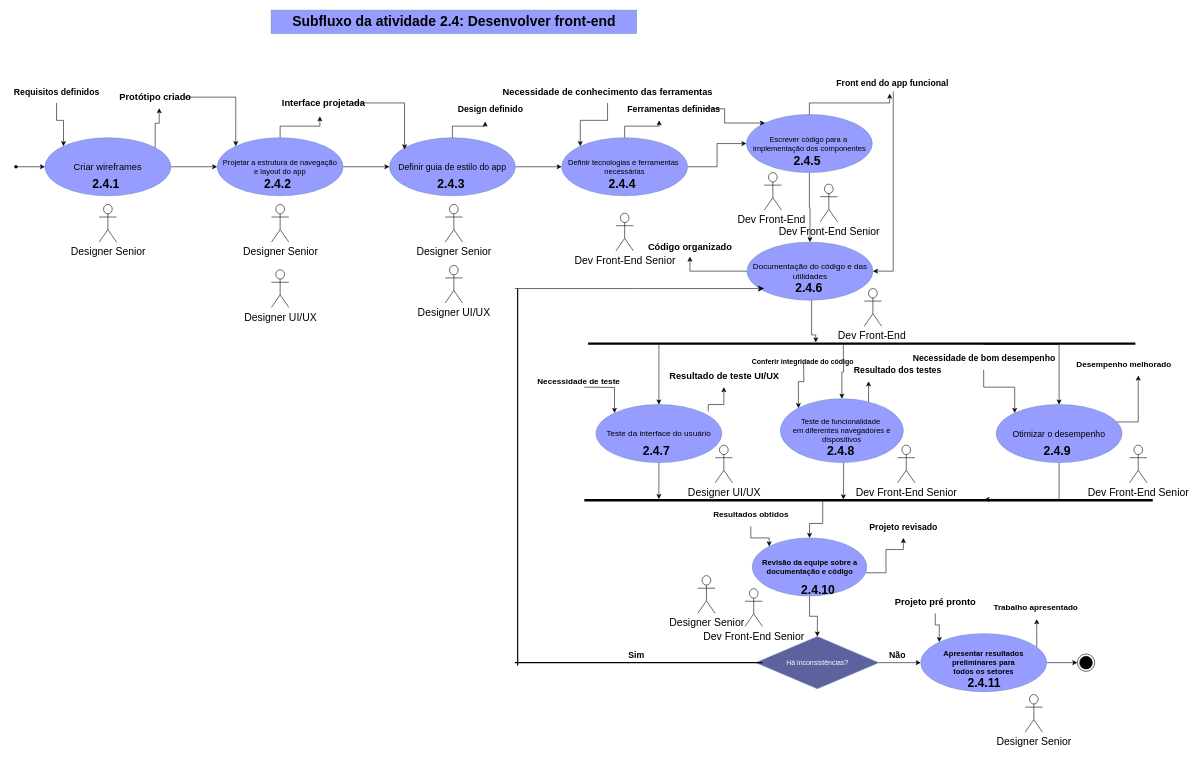
helloisasilva/Processo-de-engenharia-de-software-para-App-mobile keeps this draw.io diagram as page "Subfluxo das atv em desenvolvimento(3): Dsenvolver front-end" (7 of 8) of Diagrama sem nome.drawio. Above is the earlier version. Source tidied: cells renumbered, new cells numbered last; positions are measured from the earlier drawing's top-left corner, leaving out a move shared by most shapes. Both pictures are drawn from the tidied source at 58%, with x=0, y=0 at pixel (10, 10).
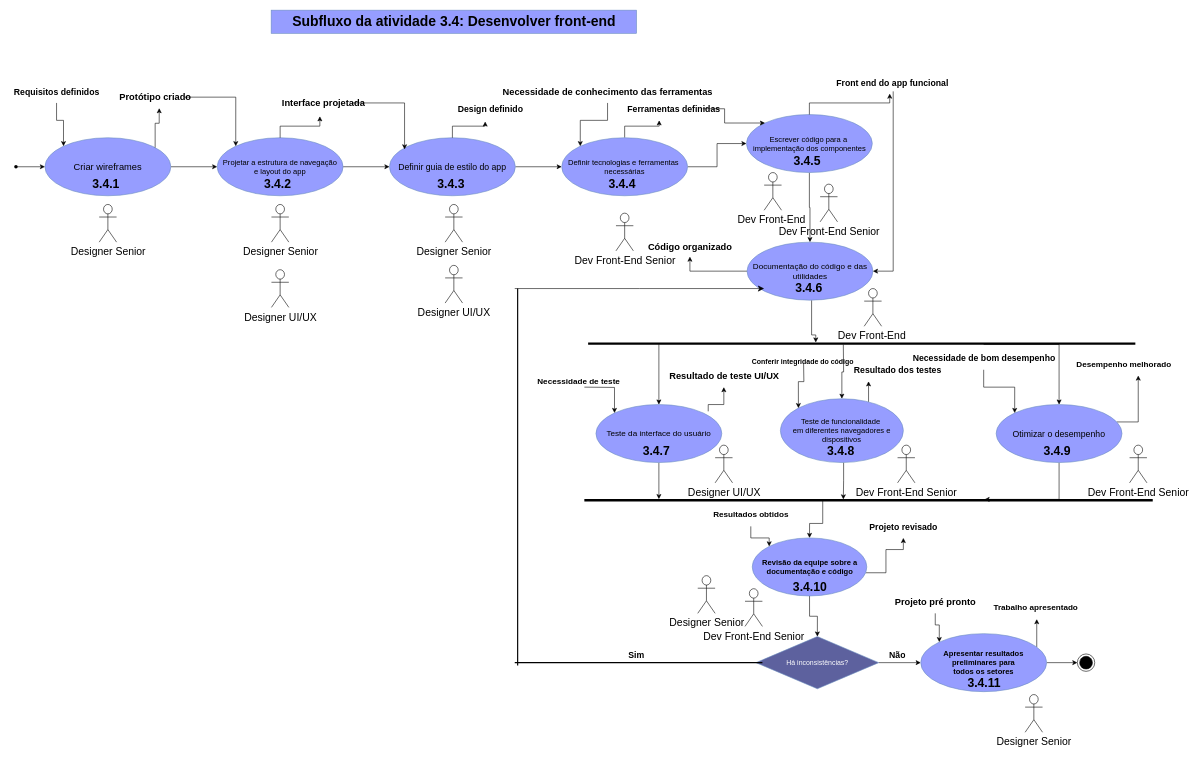
After the change.

Diff of the diagram source:
```diff
@@
-    <mxCell id="8" value="Subfluxo da atividade 2.4: Desenvolver front-end" style="text;strokeColor=#6c8ebf;fillColor=#969DFF;html=1;fontSize=24;fontStyle=1;verticalAlign=middle;align=center;" parent="1" vertex="1">
+    <mxCell id="8" value="Subfluxo da atividade 3.4: Desenvolver front-end" style="text;strokeColor=#6c8ebf;fillColor=#969DFF;html=1;fontSize=24;fontStyle=1;verticalAlign=middle;align=center;" parent="1" vertex="1">
       <mxGeometry x="450" width="630" height="40" as="geometry" />
     </mxCell>
@@
-    <mxCell id="81" value="&lt;span style=&quot;color: rgb(0, 0, 0); font-family: Helvetica; font-size: 21px; font-style: normal; font-variant-ligatures: normal; font-variant-caps: normal; font-weight: 700; letter-spacing: normal; orphans: 2; text-align: center; text-indent: 0px; text-transform: none; widows: 2; word-spacing: 0px; -webkit-text-stroke-width: 0px; white-space: nowrap; text-decoration-thickness: initial; text-decoration-style: initial; text-decoration-color: initial; float: none; display: inline !important;&quot;&gt;2.4.1&lt;/span&gt;&lt;div&gt;&lt;span style=&quot;color: rgb(0, 0, 0); font-family: Helvetica; font-size: 21px; font-style: normal; font-variant-ligatures: normal; font-variant-caps: normal; font-weight: 700; letter-spacing: normal; orphans: 2; text-align: center; text-indent: 0px; text-transform: none; widows: 2; word-spacing: 0px; -webkit-text-stroke-width: 0px; white-space: nowrap; text-decoration-thickness: initial; text-decoration-style: initial; text-decoration-color: initial; float: none; display: inline !important;&quot;&gt;&lt;br&gt;&lt;/span&gt;&lt;/div&gt;" style="text;whiteSpace=wrap;html=1;labelBackgroundColor=none;" parent="1" vertex="1">
+    <mxCell id="81" value="&lt;span style=&quot;color: rgb(0, 0, 0); font-family: Helvetica; font-size: 21px; font-style: normal; font-variant-ligatures: normal; font-variant-caps: normal; font-weight: 700; letter-spacing: normal; orphans: 2; text-align: center; text-indent: 0px; text-transform: none; widows: 2; word-spacing: 0px; -webkit-text-stroke-width: 0px; white-space: nowrap; text-decoration-thickness: initial; text-decoration-style: initial; text-decoration-color: initial; float: none; display: inline !important;&quot;&gt;3.4.1&lt;/span&gt;&lt;div&gt;&lt;span style=&quot;color: rgb(0, 0, 0); font-family: Helvetica; font-size: 21px; font-style: normal; font-variant-ligatures: normal; font-variant-caps: normal; font-weight: 700; letter-spacing: normal; orphans: 2; text-align: center; text-indent: 0px; text-transform: none; widows: 2; word-spacing: 0px; -webkit-text-stroke-width: 0px; white-space: nowrap; text-decoration-thickness: initial; text-decoration-style: initial; text-decoration-color: initial; float: none; display: inline !important;&quot;&gt;&lt;br&gt;&lt;/span&gt;&lt;/div&gt;" style="text;whiteSpace=wrap;html=1;labelBackgroundColor=none;" parent="1" vertex="1">
       <mxGeometry x="140" y="280" width="60" height="40" as="geometry" />
     </mxCell>
-    <mxCell id="82" value="&lt;span style=&quot;color: rgb(0, 0, 0); font-family: Helvetica; font-size: 21px; font-style: normal; font-variant-ligatures: normal; font-variant-caps: normal; font-weight: 700; letter-spacing: normal; orphans: 2; text-align: center; text-indent: 0px; text-transform: none; widows: 2; word-spacing: 0px; -webkit-text-stroke-width: 0px; white-space: nowrap; text-decoration-thickness: initial; text-decoration-style: initial; text-decoration-color: initial; float: none; display: inline !important;&quot;&gt;2.4.2&lt;/span&gt;&lt;div&gt;&lt;span style=&quot;color: rgb(0, 0, 0); font-family: Helvetica; font-size: 21px; font-style: normal; font-variant-ligatures: normal; font-variant-caps: normal; font-weight: 700; letter-spacing: normal; orphans: 2; text-align: center; text-indent: 0px; text-transform: none; widows: 2; word-spacing: 0px; -webkit-text-stroke-width: 0px; white-space: nowrap; text-decoration-thickness: initial; text-decoration-style: initial; text-decoration-color: initial; float: none; display: inline !important;&quot;&gt;&lt;br&gt;&lt;/span&gt;&lt;/div&gt;" style="text;whiteSpace=wrap;html=1;labelBackgroundColor=none;" parent="1" vertex="1">
+    <mxCell id="82" value="&lt;span style=&quot;color: rgb(0, 0, 0); font-family: Helvetica; font-size: 21px; font-style: normal; font-variant-ligatures: normal; font-variant-caps: normal; font-weight: 700; letter-spacing: normal; orphans: 2; text-align: center; text-indent: 0px; text-transform: none; widows: 2; word-spacing: 0px; -webkit-text-stroke-width: 0px; white-space: nowrap; text-decoration-thickness: initial; text-decoration-style: initial; text-decoration-color: initial; float: none; display: inline !important;&quot;&gt;3.4.2&lt;/span&gt;&lt;div&gt;&lt;span style=&quot;color: rgb(0, 0, 0); font-family: Helvetica; font-size: 21px; font-style: normal; font-variant-ligatures: normal; font-variant-caps: normal; font-weight: 700; letter-spacing: normal; orphans: 2; text-align: center; text-indent: 0px; text-transform: none; widows: 2; word-spacing: 0px; -webkit-text-stroke-width: 0px; white-space: nowrap; text-decoration-thickness: initial; text-decoration-style: initial; text-decoration-color: initial; float: none; display: inline !important;&quot;&gt;&lt;br&gt;&lt;/span&gt;&lt;/div&gt;" style="text;whiteSpace=wrap;html=1;labelBackgroundColor=none;" parent="1" vertex="1">
       <mxGeometry x="435.5" y="280" width="60" height="40" as="geometry" />
     </mxCell>
-    <mxCell id="83" value="&lt;span style=&quot;color: rgb(0, 0, 0); font-family: Helvetica; font-size: 21px; font-style: normal; font-variant-ligatures: normal; font-variant-caps: normal; font-weight: 700; letter-spacing: normal; orphans: 2; text-align: center; text-indent: 0px; text-transform: none; widows: 2; word-spacing: 0px; -webkit-text-stroke-width: 0px; white-space: nowrap; text-decoration-thickness: initial; text-decoration-style: initial; text-decoration-color: initial; float: none; display: inline !important;&quot;&gt;2.4.3&lt;/span&gt;&lt;div&gt;&lt;span style=&quot;color: rgb(0, 0, 0); font-family: Helvetica; font-size: 21px; font-style: normal; font-variant-ligatures: normal; font-variant-caps: normal; font-weight: 700; letter-spacing: normal; orphans: 2; text-align: center; text-indent: 0px; text-transform: none; widows: 2; word-spacing: 0px; -webkit-text-stroke-width: 0px; white-space: nowrap; text-decoration-thickness: initial; text-decoration-style: initial; text-decoration-color: initial; float: none; display: inline !important;&quot;&gt;&lt;br&gt;&lt;/span&gt;&lt;/div&gt;" style="text;whiteSpace=wrap;html=1;labelBackgroundColor=none;" parent="1" vertex="1">
+    <mxCell id="83" value="&lt;span style=&quot;color: rgb(0, 0, 0); font-family: Helvetica; font-size: 21px; font-style: normal; font-variant-ligatures: normal; font-variant-caps: normal; font-weight: 700; letter-spacing: normal; orphans: 2; text-align: center; text-indent: 0px; text-transform: none; widows: 2; word-spacing: 0px; -webkit-text-stroke-width: 0px; white-space: nowrap; text-decoration-thickness: initial; text-decoration-style: initial; text-decoration-color: initial; float: none; display: inline !important;&quot;&gt;3.4.3&lt;/span&gt;&lt;div&gt;&lt;span style=&quot;color: rgb(0, 0, 0); font-family: Helvetica; font-size: 21px; font-style: normal; font-variant-ligatures: normal; font-variant-caps: normal; font-weight: 700; letter-spacing: normal; orphans: 2; text-align: center; text-indent: 0px; text-transform: none; widows: 2; word-spacing: 0px; -webkit-text-stroke-width: 0px; white-space: nowrap; text-decoration-thickness: initial; text-decoration-style: initial; text-decoration-color: initial; float: none; display: inline !important;&quot;&gt;&lt;br&gt;&lt;/span&gt;&lt;/div&gt;" style="text;whiteSpace=wrap;html=1;labelBackgroundColor=none;" parent="1" vertex="1">
       <mxGeometry x="735" y="280" width="60" height="40" as="geometry" />
     </mxCell>
-    <mxCell id="84" value="&lt;span style=&quot;color: rgb(0, 0, 0); font-family: Helvetica; font-size: 21px; font-style: normal; font-variant-ligatures: normal; font-variant-caps: normal; font-weight: 700; letter-spacing: normal; orphans: 2; text-align: center; text-indent: 0px; text-transform: none; widows: 2; word-spacing: 0px; -webkit-text-stroke-width: 0px; white-space: nowrap; text-decoration-thickness: initial; text-decoration-style: initial; text-decoration-color: initial; float: none; display: inline !important;&quot;&gt;2.4.4&lt;/span&gt;&lt;div&gt;&lt;span style=&quot;color: rgb(0, 0, 0); font-family: Helvetica; font-size: 21px; font-style: normal; font-variant-ligatures: normal; font-variant-caps: normal; font-weight: 700; letter-spacing: normal; orphans: 2; text-align: center; text-indent: 0px; text-transform: none; widows: 2; word-spacing: 0px; -webkit-text-stroke-width: 0px; white-space: nowrap; text-decoration-thickness: initial; text-decoration-style: initial; text-decoration-color: initial; float: none; display: inline !important;&quot;&gt;&lt;br&gt;&lt;/span&gt;&lt;/div&gt;" style="text;whiteSpace=wrap;html=1;labelBackgroundColor=none;" parent="1" vertex="1">
+    <mxCell id="84" value="&lt;span style=&quot;color: rgb(0, 0, 0); font-family: Helvetica; font-size: 21px; font-style: normal; font-variant-ligatures: normal; font-variant-caps: normal; font-weight: 700; letter-spacing: normal; orphans: 2; text-align: center; text-indent: 0px; text-transform: none; widows: 2; word-spacing: 0px; -webkit-text-stroke-width: 0px; white-space: nowrap; text-decoration-thickness: initial; text-decoration-style: initial; text-decoration-color: initial; float: none; display: inline !important;&quot;&gt;3.4.4&lt;/span&gt;&lt;div&gt;&lt;span style=&quot;color: rgb(0, 0, 0); font-family: Helvetica; font-size: 21px; font-style: normal; font-variant-ligatures: normal; font-variant-caps: normal; font-weight: 700; letter-spacing: normal; orphans: 2; text-align: center; text-indent: 0px; text-transform: none; widows: 2; word-spacing: 0px; -webkit-text-stroke-width: 0px; white-space: nowrap; text-decoration-thickness: initial; text-decoration-style: initial; text-decoration-color: initial; float: none; display: inline !important;&quot;&gt;&lt;br&gt;&lt;/span&gt;&lt;/div&gt;" style="text;whiteSpace=wrap;html=1;labelBackgroundColor=none;" parent="1" vertex="1">
       <mxGeometry x="1029.5" y="280" width="60" height="40" as="geometry" />
     </mxCell>
-    <mxCell id="85" value="&lt;span style=&quot;color: rgb(0, 0, 0); font-family: Helvetica; font-size: 21px; font-style: normal; font-variant-ligatures: normal; font-variant-caps: normal; font-weight: 700; letter-spacing: normal; orphans: 2; text-align: center; text-indent: 0px; text-transform: none; widows: 2; word-spacing: 0px; -webkit-text-stroke-width: 0px; white-space: nowrap; text-decoration-thickness: initial; text-decoration-style: initial; text-decoration-color: initial; float: none; display: inline !important;&quot;&gt;2.4.5&lt;/span&gt;&lt;div&gt;&lt;span style=&quot;color: rgb(0, 0, 0); font-family: Helvetica; font-size: 21px; font-style: normal; font-variant-ligatures: normal; font-variant-caps: normal; font-weight: 700; letter-spacing: normal; orphans: 2; text-align: center; text-indent: 0px; text-transform: none; widows: 2; word-spacing: 0px; -webkit-text-stroke-width: 0px; white-space: nowrap; text-decoration-thickness: initial; text-decoration-style: initial; text-decoration-color: initial; float: none; display: inline !important;&quot;&gt;&lt;br&gt;&lt;/span&gt;&lt;/div&gt;" style="text;whiteSpace=wrap;html=1;labelBackgroundColor=none;" parent="1" vertex="1">
+    <mxCell id="85" value="&lt;span style=&quot;color: rgb(0, 0, 0); font-family: Helvetica; font-size: 21px; font-style: normal; font-variant-ligatures: normal; font-variant-caps: normal; font-weight: 700; letter-spacing: normal; orphans: 2; text-align: center; text-indent: 0px; text-transform: none; widows: 2; word-spacing: 0px; -webkit-text-stroke-width: 0px; white-space: nowrap; text-decoration-thickness: initial; text-decoration-style: initial; text-decoration-color: initial; float: none; display: inline !important;&quot;&gt;3.4.5&lt;/span&gt;&lt;div&gt;&lt;span style=&quot;color: rgb(0, 0, 0); font-family: Helvetica; font-size: 21px; font-style: normal; font-variant-ligatures: normal; font-variant-caps: normal; font-weight: 700; letter-spacing: normal; orphans: 2; text-align: center; text-indent: 0px; text-transform: none; widows: 2; word-spacing: 0px; -webkit-text-stroke-width: 0px; white-space: nowrap; text-decoration-thickness: initial; text-decoration-style: initial; text-decoration-color: initial; float: none; display: inline !important;&quot;&gt;&lt;br&gt;&lt;/span&gt;&lt;/div&gt;" style="text;whiteSpace=wrap;html=1;labelBackgroundColor=none;" parent="1" vertex="1">
       <mxGeometry x="1349" y="240" width="60" height="40" as="geometry" />
     </mxCell>
-    <mxCell id="86" value="&lt;span style=&quot;color: rgb(0, 0, 0); font-family: Helvetica; font-size: 21px; font-style: normal; font-variant-ligatures: normal; font-variant-caps: normal; font-weight: 700; letter-spacing: normal; orphans: 2; text-align: center; text-indent: 0px; text-transform: none; widows: 2; word-spacing: 0px; -webkit-text-stroke-width: 0px; white-space: nowrap; text-decoration-thickness: initial; text-decoration-style: initial; text-decoration-color: initial; float: none; display: inline !important;&quot;&gt;2.4.6&lt;/span&gt;" style="text;whiteSpace=wrap;html=1;labelBackgroundColor=none;" parent="1" vertex="1">
+    <mxCell id="86" value="&lt;span style=&quot;color: rgb(0, 0, 0); font-family: Helvetica; font-size: 21px; font-style: normal; font-variant-ligatures: normal; font-variant-caps: normal; font-weight: 700; letter-spacing: normal; orphans: 2; text-align: center; text-indent: 0px; text-transform: none; widows: 2; word-spacing: 0px; -webkit-text-stroke-width: 0px; white-space: nowrap; text-decoration-thickness: initial; text-decoration-style: initial; text-decoration-color: initial; float: none; display: inline !important;&quot;&gt;3.4.6&lt;/span&gt;" style="text;whiteSpace=wrap;html=1;labelBackgroundColor=none;" parent="1" vertex="1">
       <mxGeometry x="1351.8" y="460" width="60" height="40" as="geometry" />
     </mxCell>
-    <mxCell id="87" value="&lt;span style=&quot;color: rgb(0, 0, 0); font-family: Helvetica; font-size: 21px; font-style: normal; font-variant-ligatures: normal; font-variant-caps: normal; font-weight: 700; letter-spacing: normal; orphans: 2; text-align: center; text-indent: 0px; text-transform: none; widows: 2; word-spacing: 0px; -webkit-text-stroke-width: 0px; white-space: nowrap; text-decoration-thickness: initial; text-decoration-style: initial; text-decoration-color: initial; float: none; display: inline !important;&quot;&gt;2.4.7&lt;/span&gt;" style="text;whiteSpace=wrap;html=1;labelBackgroundColor=none;" parent="1" vertex="1">
+    <mxCell id="87" value="&lt;span style=&quot;color: rgb(0, 0, 0); font-family: Helvetica; font-size: 21px; font-style: normal; font-variant-ligatures: normal; font-variant-caps: normal; font-weight: 700; letter-spacing: normal; orphans: 2; text-align: center; text-indent: 0px; text-transform: none; widows: 2; word-spacing: 0px; -webkit-text-stroke-width: 0px; white-space: nowrap; text-decoration-thickness: initial; text-decoration-style: initial; text-decoration-color: initial; float: none; display: inline !important;&quot;&gt;3.4.7&lt;/span&gt;" style="text;whiteSpace=wrap;html=1;labelBackgroundColor=none;" parent="1" vertex="1">
       <mxGeometry x="1088.5" y="740" width="60" height="40" as="geometry" />
     </mxCell>
-    <mxCell id="88" value="&lt;span style=&quot;color: rgb(0, 0, 0); font-family: Helvetica; font-size: 21px; font-style: normal; font-variant-ligatures: normal; font-variant-caps: normal; font-weight: 700; letter-spacing: normal; orphans: 2; text-align: center; text-indent: 0px; text-transform: none; widows: 2; word-spacing: 0px; -webkit-text-stroke-width: 0px; white-space: nowrap; text-decoration-thickness: initial; text-decoration-style: initial; text-decoration-color: initial; float: none; display: inline !important;&quot;&gt;2.4.8&lt;/span&gt;" style="text;whiteSpace=wrap;html=1;labelBackgroundColor=none;" parent="1" vertex="1">
+    <mxCell id="88" value="&lt;span style=&quot;color: rgb(0, 0, 0); font-family: Helvetica; font-size: 21px; font-style: normal; font-variant-ligatures: normal; font-variant-caps: normal; font-weight: 700; letter-spacing: normal; orphans: 2; text-align: center; text-indent: 0px; text-transform: none; widows: 2; word-spacing: 0px; -webkit-text-stroke-width: 0px; white-space: nowrap; text-decoration-thickness: initial; text-decoration-style: initial; text-decoration-color: initial; float: none; display: inline !important;&quot;&gt;3.4.8&lt;/span&gt;" style="text;whiteSpace=wrap;html=1;labelBackgroundColor=none;" parent="1" vertex="1">
       <mxGeometry x="1406.5" y="740.5" width="60" height="40" as="geometry" />
     </mxCell>
-    <mxCell id="89" value="&lt;span style=&quot;color: rgb(0, 0, 0); font-family: Helvetica; font-size: 21px; font-style: normal; font-variant-ligatures: normal; font-variant-caps: normal; font-weight: 700; letter-spacing: normal; orphans: 2; text-align: center; text-indent: 0px; text-transform: none; widows: 2; word-spacing: 0px; -webkit-text-stroke-width: 0px; white-space: nowrap; text-decoration-thickness: initial; text-decoration-style: initial; text-decoration-color: initial; float: none; display: inline !important;&quot;&gt;2.4.9&lt;/span&gt;" style="text;whiteSpace=wrap;html=1;labelBackgroundColor=none;" parent="1" vertex="1">
+    <mxCell id="89" value="&lt;span style=&quot;color: rgb(0, 0, 0); font-family: Helvetica; font-size: 21px; font-style: normal; font-variant-ligatures: normal; font-variant-caps: normal; font-weight: 700; letter-spacing: normal; orphans: 2; text-align: center; text-indent: 0px; text-transform: none; widows: 2; word-spacing: 0px; -webkit-text-stroke-width: 0px; white-space: nowrap; text-decoration-thickness: initial; text-decoration-style: initial; text-decoration-color: initial; float: none; display: inline !important;&quot;&gt;3.4.9&lt;/span&gt;" style="text;whiteSpace=wrap;html=1;labelBackgroundColor=none;" parent="1" vertex="1">
       <mxGeometry x="1780" y="740" width="60" height="40" as="geometry" />
     </mxCell>
-    <mxCell id="90" value="&lt;span style=&quot;color: rgb(0, 0, 0); font-family: Helvetica; font-size: 21px; font-style: normal; font-variant-ligatures: normal; font-variant-caps: normal; font-weight: 700; letter-spacing: normal; orphans: 2; text-align: center; text-indent: 0px; text-transform: none; widows: 2; word-spacing: 0px; -webkit-text-stroke-width: 0px; white-space: nowrap; text-decoration-thickness: initial; text-decoration-style: initial; text-decoration-color: initial; float: none; display: inline !important;&quot;&gt;2.4.10&lt;/span&gt;" style="text;whiteSpace=wrap;html=1;labelBackgroundColor=none;" parent="1" vertex="1">
-      <mxGeometry x="1361.8" y="980" width="60" height="40" as="geometry" />
+    <mxCell id="90" value="&lt;span style=&quot;color: rgb(0, 0, 0); font-family: Helvetica; font-size: 21px; font-style: normal; font-variant-ligatures: normal; font-variant-caps: normal; font-weight: 700; letter-spacing: normal; orphans: 2; text-align: center; text-indent: 0px; text-transform: none; widows: 2; word-spacing: 0px; -webkit-text-stroke-width: 0px; white-space: nowrap; text-decoration-thickness: initial; text-decoration-style: initial; text-decoration-color: initial; float: none; display: inline !important;&quot;&gt;3.4.10&lt;/span&gt;" style="text;whiteSpace=wrap;html=1;labelBackgroundColor=none;" parent="1" vertex="1">
+      <mxGeometry x="1348" y="975" width="60" height="40" as="geometry" />
     </mxCell>
-    <mxCell id="91" value="&lt;span style=&quot;color: rgb(0, 0, 0); font-family: Helvetica; font-size: 21px; font-style: normal; font-variant-ligatures: normal; font-variant-caps: normal; font-weight: 700; letter-spacing: normal; orphans: 2; text-align: center; text-indent: 0px; text-transform: none; widows: 2; word-spacing: 0px; -webkit-text-stroke-width: 0px; white-space: nowrap; text-decoration-thickness: initial; text-decoration-style: initial; text-decoration-color: initial; float: none; display: inline !important;&quot;&gt;2.4.11&lt;/span&gt;" style="text;whiteSpace=wrap;html=1;labelBackgroundColor=none;" parent="1" vertex="1">
+    <mxCell id="91" value="&lt;span style=&quot;color: rgb(0, 0, 0); font-family: Helvetica; font-size: 21px; font-style: normal; font-variant-ligatures: normal; font-variant-caps: normal; font-weight: 700; letter-spacing: normal; orphans: 2; text-align: center; text-indent: 0px; text-transform: none; widows: 2; word-spacing: 0px; -webkit-text-stroke-width: 0px; white-space: nowrap; text-decoration-thickness: initial; text-decoration-style: initial; text-decoration-color: initial; float: none; display: inline !important;&quot;&gt;3.4.11&lt;/span&gt;" style="text;whiteSpace=wrap;html=1;labelBackgroundColor=none;" parent="1" vertex="1">
       <mxGeometry x="1648.5" y="1140" width="60" height="40" as="geometry" />
     </mxCell>
```
